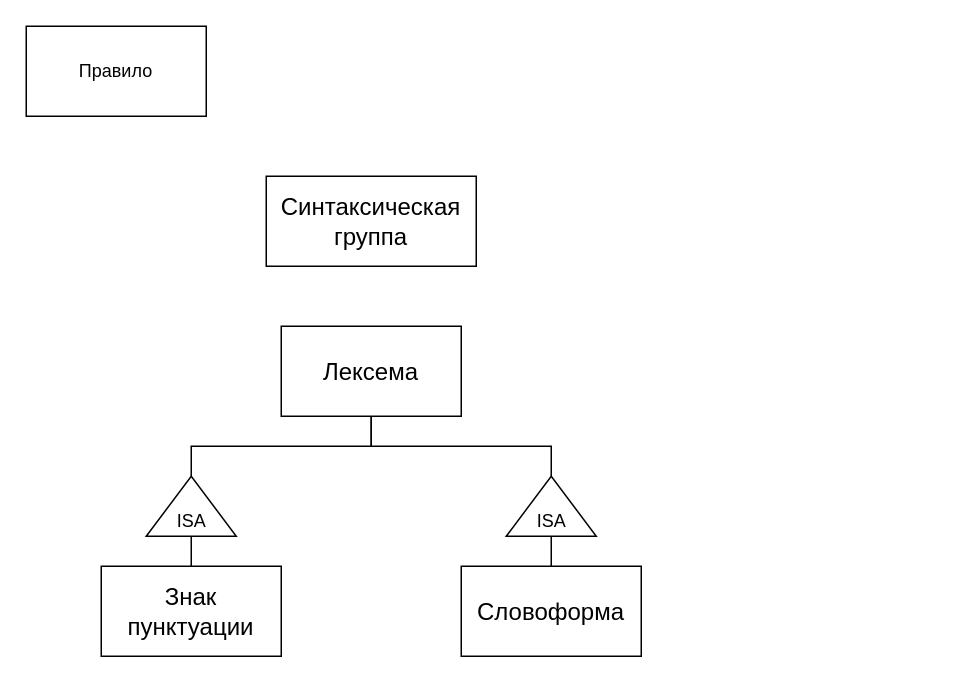
Before: DZ1.drawio in DMfananddu/Computing-Facilities-AIPCS, a draw.io diagram. Source tidied: cells renumbered, new cells numbered last; positions are measured from the earlier drawing's top-left corner, leaving out a move shared by most shapes. Both pictures are drawn from the tidied source at 150%, with x=0, y=0 at pixel (26, 26).
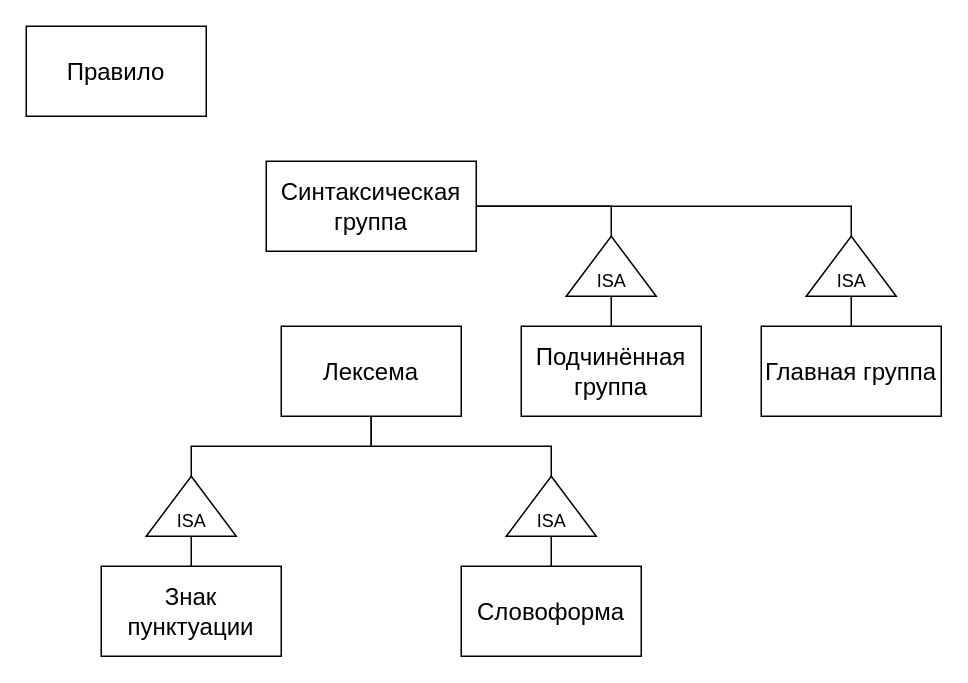
Above is the later version.

Change to the diagram source:
```diff
@@
-    <mxCell id="2" value="Правило" style="rounded=0;whiteSpace=wrap;html=1;" parent="1" vertex="1">
+    <mxCell id="2" value="Правило" style="rounded=0;whiteSpace=wrap;html=1;fontSize=16;" parent="1" vertex="1">
       <mxGeometry width="120" height="60" as="geometry" />
     </mxCell>
@@
     <mxCell id="14" value="Синтаксическая группа" style="rounded=0;whiteSpace=wrap;html=1;fontSize=16;" parent="1" vertex="1">
-      <mxGeometry x="160" y="100" width="140" height="60" as="geometry" />
+      <mxGeometry x="160" y="90" width="140" height="60" as="geometry" />
     </mxCell>
+    <mxCell id="15" style="edgeStyle=orthogonalEdgeStyle;rounded=0;jettySize=auto;html=1;exitX=0.5;exitY=0;exitDx=0;exitDy=0;entryX=0;entryY=0.5;entryDx=0;entryDy=0;endArrow=none;endFill=0;fontSize=16;" parent="1" edge="1" source="16" target="20">
+      <mxGeometry relative="1" as="geometry" />
+    </mxCell>
+    <mxCell id="16" value="Подчинённая группа" style="rounded=0;whiteSpace=wrap;html=1;fontSize=16;" parent="1" vertex="1">
+      <mxGeometry x="330" y="200" width="120" height="60" as="geometry" />
+    </mxCell>
+    <mxCell id="17" style="edgeStyle=orthogonalEdgeStyle;rounded=0;jettySize=auto;html=1;exitX=0.5;exitY=0;exitDx=0;exitDy=0;entryX=0;entryY=0.5;entryDx=0;entryDy=0;endArrow=none;endFill=0;fontSize=16;" parent="1" edge="1" source="18" target="23">
+      <mxGeometry relative="1" as="geometry" />
+    </mxCell>
+    <mxCell id="18" value="Главная группа" style="rounded=0;whiteSpace=wrap;html=1;fontSize=16;" parent="1" vertex="1">
+      <mxGeometry x="490" y="200" width="120" height="60" as="geometry" />
+    </mxCell>
+    <mxCell id="19" style="edgeStyle=orthogonalEdgeStyle;rounded=0;jettySize=auto;html=1;exitX=1;exitY=0.5;exitDx=0;exitDy=0;entryX=1;entryY=0.5;entryDx=0;entryDy=0;endArrow=none;endFill=0;fontSize=16;" parent="1" edge="1" source="20" target="14">
+      <mxGeometry relative="1" as="geometry" />
+    </mxCell>
+    <mxCell id="20" style="triangle;whiteSpace=wrap;html=1;rotation=-90;" parent="1" vertex="1">
+      <mxGeometry x="370" y="130" width="40" height="60" as="geometry" />
+    </mxCell>
+    <mxCell id="21" value="ISA" style="text;html=1;align=center;verticalAlign=middle;" parent="1" vertex="1">
+      <mxGeometry x="375" y="160" width="30" height="20" as="geometry" />
+    </mxCell>
+    <mxCell id="22" style="edgeStyle=orthogonalEdgeStyle;rounded=0;jettySize=auto;html=1;exitX=1;exitY=0.5;exitDx=0;exitDy=0;entryX=1;entryY=0.5;entryDx=0;entryDy=0;endArrow=none;endFill=0;fontSize=16;" parent="1" edge="1" source="23" target="14">
+      <mxGeometry relative="1" as="geometry">
+        <Array as="points">
+          <mxPoint x="550" y="120" />
+        </Array>
+      </mxGeometry>
+    </mxCell>
+    <mxCell id="23" style="triangle;whiteSpace=wrap;html=1;rotation=-90;" parent="1" vertex="1">
+      <mxGeometry x="530" y="130" width="40" height="60" as="geometry" />
+    </mxCell>
+    <mxCell id="24" value="ISA" style="text;html=1;align=center;verticalAlign=middle;" parent="1" vertex="1">
+      <mxGeometry x="535" y="160" width="30" height="20" as="geometry" />
+    </mxCell>
```
